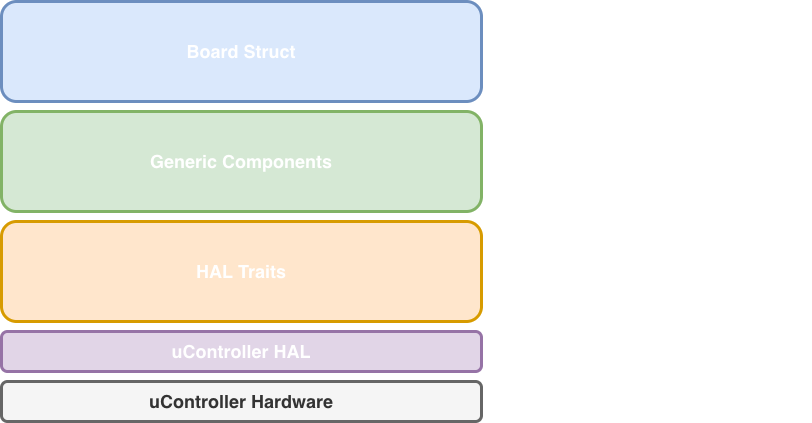
Before: images/uFerrisBSP.png, a diagram exported from draw.io (uFerris-rs/uferris-bsp). Source tidied: cells renumbered, new cells last; positions are measured from the earlier drawing's top-left corner, leaving out a move shared by most shapes.
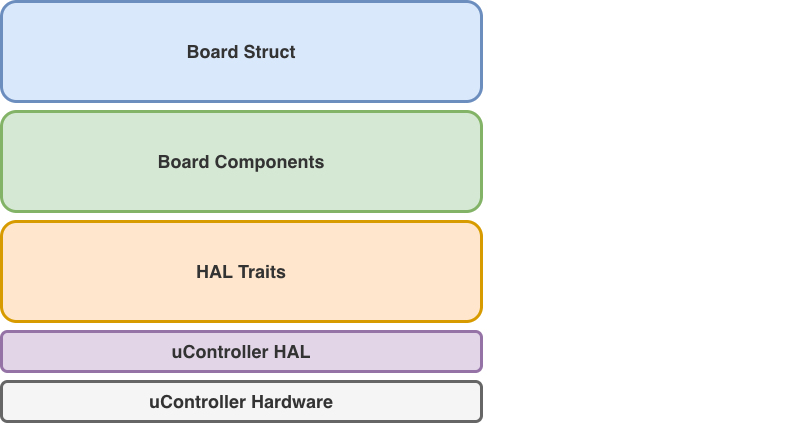
After the change.

Change to the diagram source:
```diff
@@ -5,16 +5,16 @@
     <mxCell id="2" value="uController Hardware" style="rounded=1;whiteSpace=wrap;html=1;fillColor=#f5f5f5;fontColor=#333333;strokeColor=#666666;fontStyle=1;fontSize=18;strokeWidth=3;" parent="1" vertex="1">
       <mxGeometry y="380" width="480" height="40" as="geometry" />
     </mxCell>
-    <mxCell id="3" value="uController HAL" style="rounded=1;whiteSpace=wrap;html=1;fillColor=#e1d5e7;strokeColor=#9673a6;fontStyle=1;fontSize=18;strokeWidth=3;" parent="1" vertex="1">
+    <mxCell id="3" value="uController HAL" style="rounded=1;whiteSpace=wrap;html=1;fillColor=#e1d5e7;strokeColor=#9673a6;fontStyle=1;fontSize=18;strokeWidth=3;fontColor=#333333;" parent="1" vertex="1">
       <mxGeometry y="330" width="480" height="40" as="geometry" />
     </mxCell>
-    <mxCell id="4" value="&lt;div&gt;&lt;font style=&quot;font-size: 18px; line-height: 27px;&quot;&gt;&lt;b&gt;HAL&amp;nbsp;&lt;/b&gt;&lt;/font&gt;&lt;b style=&quot;background-color: transparent; color: light-dark(rgb(0, 0, 0), rgb(255, 255, 255)); font-size: 18px;&quot;&gt;Traits&lt;/b&gt;&lt;/div&gt;" style="rounded=1;whiteSpace=wrap;html=1;fillColor=#ffe6cc;strokeColor=#d79b00;strokeWidth=3;" parent="1" vertex="1">
+    <mxCell id="4" value="&lt;div&gt;&lt;font style=&quot;font-size: 18px; line-height: 27px;&quot;&gt;&lt;b&gt;HAL&amp;nbsp;&lt;/b&gt;&lt;/font&gt;&lt;b style=&quot;background-color: transparent; font-size: 18px;&quot;&gt;Traits&lt;/b&gt;&lt;/div&gt;" style="rounded=1;whiteSpace=wrap;html=1;fillColor=#ffe6cc;strokeColor=#d79b00;strokeWidth=3;fontColor=#333333;" parent="1" vertex="1">
       <mxGeometry y="220" width="480" height="100" as="geometry" />
     </mxCell>
-    <mxCell id="5" value="&lt;font style=&quot;font-size: 18px; line-height: 27px;&quot;&gt;&lt;b&gt;Generic Components&lt;/b&gt;&lt;/font&gt;" style="rounded=1;whiteSpace=wrap;html=1;fillColor=#d5e8d4;strokeColor=#82b366;strokeWidth=3;" parent="1" vertex="1">
+    <mxCell id="5" value="&lt;font style=&quot;font-size: 18px; line-height: 27px;&quot;&gt;&lt;b&gt;Board Components&lt;/b&gt;&lt;/font&gt;" style="rounded=1;whiteSpace=wrap;html=1;fillColor=#d5e8d4;strokeColor=#82b366;strokeWidth=3;fontColor=#333333;" parent="1" vertex="1">
       <mxGeometry y="110" width="480" height="100" as="geometry" />
     </mxCell>
-    <mxCell id="6" value="&lt;div style=&quot;line-height: 150%;&quot;&gt;&lt;font style=&quot;font-size: 18px; line-height: 150%;&quot;&gt;&lt;b&gt;Board Struct&lt;/b&gt;&lt;/font&gt;&lt;/div&gt;" style="rounded=1;whiteSpace=wrap;html=1;fillColor=#dae8fc;strokeColor=#6c8ebf;strokeWidth=3;" parent="1" vertex="1">
+    <mxCell id="6" value="&lt;div style=&quot;line-height: 150%;&quot;&gt;&lt;font style=&quot;font-size: 18px; line-height: 150%;&quot;&gt;&lt;b&gt;Board Struct&lt;/b&gt;&lt;/font&gt;&lt;/div&gt;" style="rounded=1;whiteSpace=wrap;html=1;fillColor=#dae8fc;strokeColor=#6c8ebf;strokeWidth=3;fontColor=#333333;" parent="1" vertex="1">
       <mxGeometry width="480" height="100" as="geometry" />
     </mxCell>
     <mxCell id="7" value="struct uFerris {&lt;div&gt;&amp;nbsp; led1: Led,&lt;/div&gt;&lt;div&gt;&amp;nbsp; but1: Button,&lt;/div&gt;&lt;div&gt;&amp;nbsp; ...&lt;br&gt;}&lt;/div&gt;" style="text;html=1;whiteSpace=wrap;strokeColor=none;fillColor=none;align=left;verticalAlign=middle;rounded=0;fontSize=16;fontFamily=Courier New;fontStyle=1;" parent="1" vertex="1">
```
